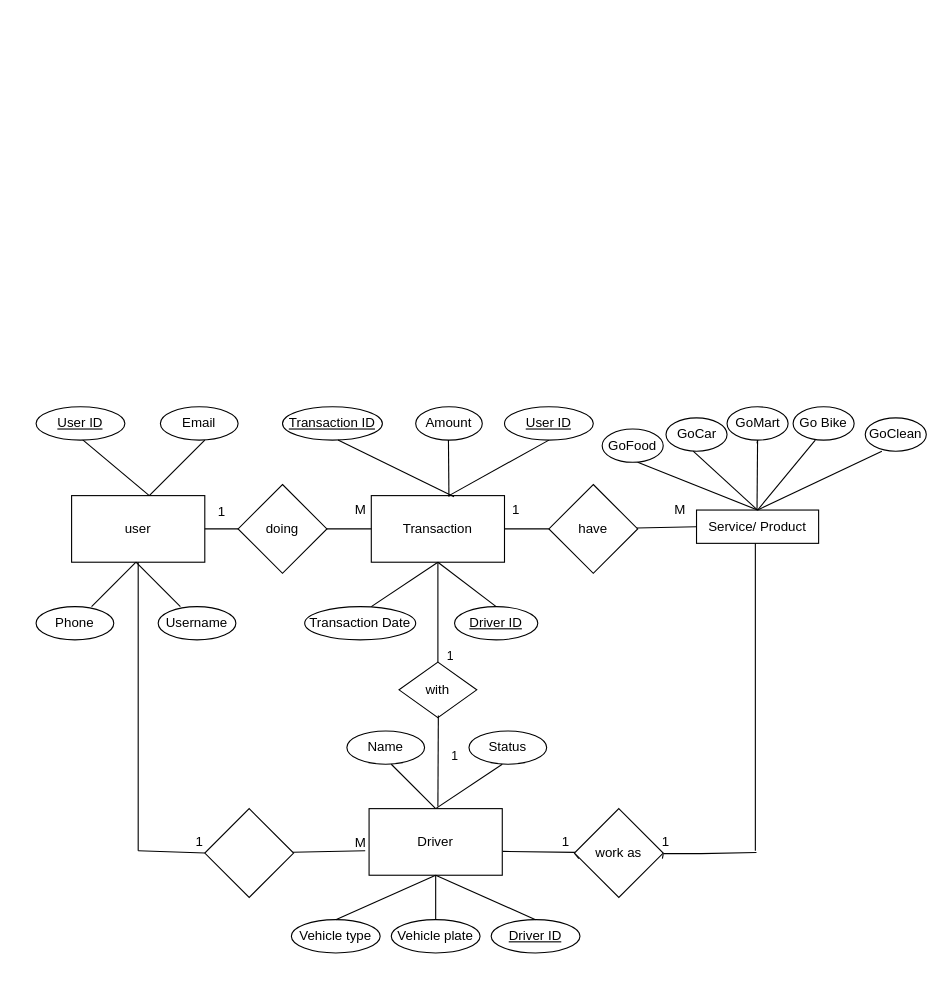
This is Untitled Diagram.drawio from Binaaa04/jobsheet7, a draw.io file, before an edit. Source tidied: cells renumbered, new cells numbered last; positions are measured from the earlier drawing's top-left corner, leaving out a move shared by most shapes. Both pictures are drawn from the tidied source at 111%, with x=0, y=0 at pixel (36, 406).
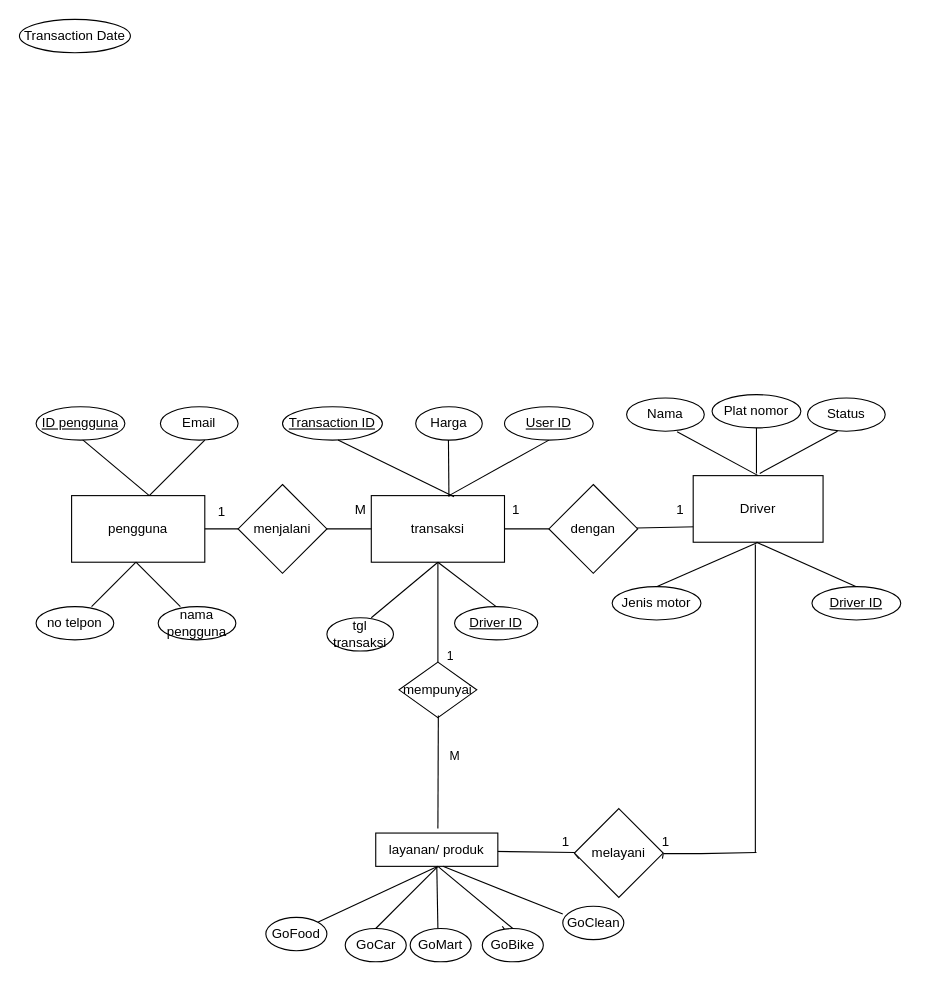
Above is the later version.

Change to the diagram source:
```diff
@@
-    <mxCell id="2" value="Transaction" style="rounded=0;whiteSpace=wrap;html=1;" parent="1" vertex="1">
+    <mxCell id="2" value="transaksi" style="rounded=0;whiteSpace=wrap;html=1;" parent="1" vertex="1">
       <mxGeometry x="302" y="80" width="120" height="60" as="geometry" />
     </mxCell>
-    <mxCell id="3" value="user" style="rounded=0;whiteSpace=wrap;html=1;" parent="1" vertex="1">
+    <mxCell id="3" value="pengguna" style="rounded=0;whiteSpace=wrap;html=1;" parent="1" vertex="1">
       <mxGeometry x="32" y="80" width="120" height="60" as="geometry" />
     </mxCell>
-    <mxCell id="4" value="doing" style="rhombus;whiteSpace=wrap;html=1;" parent="1" vertex="1">
+    <mxCell id="4" value="menjalani" style="rhombus;whiteSpace=wrap;html=1;" parent="1" vertex="1">
       <mxGeometry x="182" y="70" width="80" height="80" as="geometry" />
     </mxCell>
-    <mxCell id="5" value="have" style="rhombus;whiteSpace=wrap;html=1;" parent="1" vertex="1">
+    <mxCell id="5" value="dengan" style="rhombus;whiteSpace=wrap;html=1;" parent="1" vertex="1">
       <mxGeometry x="462" y="70" width="80" height="80" as="geometry" />
     </mxCell>
@@
-    <mxCell id="9" style="endArrow=none;html=1;rounded=0;entryX=0;entryY=0.5;entryDx=0;entryDy=0;" parent="1" edge="1" source="5" target="33">
-      <mxGeometry relative="1" as="geometry" />
+    <mxCell id="9" style="endArrow=none;html=1;rounded=0;entryX=0;entryY=0.5;entryDx=0;entryDy=0;" parent="1" edge="1" source="5">
+      <mxGeometry relative="1" as="geometry">
+        <mxPoint x="595" y="108" as="targetPoint" />
+      </mxGeometry>
     </mxCell>
@@
-    <mxCell id="11" value="Phone" style="ellipse;whiteSpace=wrap;html=1;" parent="1" vertex="1">
+    <mxCell id="11" value="no telpon" style="ellipse;whiteSpace=wrap;html=1;" parent="1" vertex="1">
       <mxGeometry y="180" width="70" height="30" as="geometry" />
     </mxCell>
-    <mxCell id="12" value="Username" style="ellipse;whiteSpace=wrap;html=1;" parent="1" vertex="1">
+    <mxCell id="12" value="nama pengguna" style="ellipse;whiteSpace=wrap;html=1;" parent="1" vertex="1">
       <mxGeometry x="110" y="180" width="70" height="30" as="geometry" />
     </mxCell>
@@
-    <mxCell id="18" value="&lt;u&gt;User ID&lt;/u&gt;" style="ellipse;whiteSpace=wrap;html=1;" parent="1" vertex="1">
+    <mxCell id="18" value="&lt;u&gt;ID pengguna&lt;/u&gt;" style="ellipse;whiteSpace=wrap;html=1;" parent="1" vertex="1">
       <mxGeometry width="80" height="30" as="geometry" />
     </mxCell>
     <mxCell id="19" value="Transaction Date" style="ellipse;whiteSpace=wrap;html=1;" parent="1" vertex="1">
-      <mxGeometry x="242" y="180" width="100" height="30" as="geometry" />
+      <mxGeometry x="-15" y="-349" width="100" height="30" as="geometry" />
     </mxCell>
@@
-    <mxCell id="21" value="Amount" style="ellipse;whiteSpace=wrap;html=1;" parent="1" vertex="1">
+    <mxCell id="21" value="Harga" style="ellipse;whiteSpace=wrap;html=1;" parent="1" vertex="1">
       <mxGeometry x="342" width="60" height="30" as="geometry" />
     </mxCell>
@@
     <mxCell id="24" style="endArrow=none;html=1;rounded=0;entryX=0.5;entryY=1;entryDx=0;entryDy=0;" parent="1" edge="1" target="2">
       <mxGeometry relative="1" as="geometry">
-        <mxPoint x="302" y="180" as="sourcePoint" />
+        <mxPoint x="302" y="190" as="sourcePoint" />
       </mxGeometry>
     </mxCell>
@@
-    <mxCell id="31" value="with" style="rhombus;whiteSpace=wrap;html=1;" parent="1" vertex="1">
+    <mxCell id="31" value="mempunyai" style="rhombus;whiteSpace=wrap;html=1;" parent="1" vertex="1">
       <mxGeometry x="327" y="230" width="70" height="50" as="geometry" />
     </mxCell>
     <mxCell id="32" style="endArrow=none;html=1;rounded=0;" parent="1" edge="1">
       <mxGeometry relative="1" as="geometry">
-        <mxPoint x="362" y="360" as="sourcePoint" />
+        <mxPoint x="362" y="380" as="sourcePoint" />
         <mxPoint x="362.4" y="278" as="targetPoint" />
       </mxGeometry>
     </mxCell>
-    <mxCell id="33" value="Service/ Product" style="rounded=0;whiteSpace=wrap;html=1;" parent="1" vertex="1">
-      <mxGeometry x="595" y="93" width="110" height="30" as="geometry" />
-    </mxCell>
     <mxCell id="34" value="GoFood" style="ellipse;whiteSpace=wrap;html=1;" parent="1" vertex="1">
-      <mxGeometry x="510" y="20" width="55" height="30" as="geometry" />
+      <mxGeometry x="207" y="460" width="55" height="30" as="geometry" />
     </mxCell>
-    <mxCell id="35" value="GoClean" style="ellipse;whiteSpace=wrap;html=1;" parent="1" vertex="1">
-      <mxGeometry x="747" y="10" width="55" height="30" as="geometry" />
-    </mxCell>
-    <mxCell id="36" value="GoCar" style="ellipse;whiteSpace=wrap;html=1;" parent="1" vertex="1">
-      <mxGeometry x="567.5" y="10" width="55" height="30" as="geometry" />
-    </mxCell>
-    <mxCell id="37" value="Go Bike" style="ellipse;whiteSpace=wrap;html=1;" parent="1" vertex="1">
-      <mxGeometry x="682" width="55" height="30" as="geometry" />
-    </mxCell>
-    <mxCell id="38" style="endArrow=none;html=1;rounded=0;exitX=0.5;exitY=0;exitDx=0;exitDy=0;" parent="1" edge="1" source="33">
-      <mxGeometry relative="1" as="geometry">
-        <mxPoint x="542" y="50" as="targetPoint" />
-      </mxGeometry>
-    </mxCell>
-    <mxCell id="39" style="endArrow=none;html=1;rounded=0;exitX=0.5;exitY=0;exitDx=0;exitDy=0;" parent="1" edge="1" source="33">
-      <mxGeometry relative="1" as="geometry">
-        <mxPoint x="592" y="40" as="targetPoint" />
-      </mxGeometry>
-    </mxCell>
-    <mxCell id="40" style="endArrow=none;html=1;rounded=0;" parent="1" edge="1" source="66">
-      <mxGeometry relative="1" as="geometry">
-        <mxPoint x="649.5" y="33" as="targetPoint" />
-      </mxGeometry>
-    </mxCell>
-    <mxCell id="41" style="endArrow=none;html=1;rounded=0;exitX=0.5;exitY=0;exitDx=0;exitDy=0;" parent="1" edge="1" source="33">
-      <mxGeometry relative="1" as="geometry">
-        <mxPoint x="702" y="30" as="targetPoint" />
-      </mxGeometry>
-    </mxCell>
-    <mxCell id="42" style="endArrow=none;html=1;rounded=0;exitX=0.5;exitY=0;exitDx=0;exitDy=0;" parent="1" edge="1" source="33">
-      <mxGeometry relative="1" as="geometry">
-        <mxPoint x="762" y="40" as="targetPoint" />
-      </mxGeometry>
-    </mxCell>
@@
-    <mxCell id="46" value="M" style="text;html=1;align=center;verticalAlign=middle;strokeColor=none;fillColor=none;rotation=0;" parent="1" vertex="1">
+    <mxCell id="46" value="1" style="text;html=1;align=center;verticalAlign=middle;strokeColor=none;fillColor=none;rotation=0;" parent="1" vertex="1">
       <mxGeometry x="565" y="78" width="30" height="30" as="geometry" />
     </mxCell>
-    <mxCell id="47" value="&lt;font style=&quot;font-size: 11px;&quot;&gt;1&lt;/font&gt;" style="text;html=1;align=center;verticalAlign=middle;strokeColor=none;fillColor=none;" parent="1" vertex="1">
+    <mxCell id="47" value="&lt;font style=&quot;font-size: 11px;&quot;&gt;M&lt;/font&gt;" style="text;html=1;align=center;verticalAlign=middle;strokeColor=none;fillColor=none;" parent="1" vertex="1">
       <mxGeometry x="362" y="300" width="30" height="30" as="geometry" />
     </mxCell>
     <mxCell id="48" value="Driver" style="rounded=0;whiteSpace=wrap;html=1;" parent="1" vertex="1">
-      <mxGeometry x="300" y="362" width="120" height="60" as="geometry" />
+      <mxGeometry x="592" y="62" width="117" height="60" as="geometry" />
     </mxCell>
     <mxCell id="49" value="Status" style="ellipse;whiteSpace=wrap;html=1;" parent="1" vertex="1">
-      <mxGeometry x="390" y="292" width="70" height="30" as="geometry" />
+      <mxGeometry x="695" y="-8" width="70" height="30" as="geometry" />
     </mxCell>
-    <mxCell id="50" value="Name" style="ellipse;whiteSpace=wrap;html=1;" parent="1" vertex="1">
-      <mxGeometry x="280" y="292" width="70" height="30" as="geometry" />
+    <mxCell id="50" value="Nama" style="ellipse;whiteSpace=wrap;html=1;" parent="1" vertex="1">
+      <mxGeometry x="532" y="-8" width="70" height="30" as="geometry" />
     </mxCell>
-    <mxCell id="51" value="Vehicle type" style="ellipse;whiteSpace=wrap;html=1;" parent="1" vertex="1">
-      <mxGeometry x="230" y="462" width="80" height="30" as="geometry" />
+    <mxCell id="51" value="Jenis motor" style="ellipse;whiteSpace=wrap;html=1;" parent="1" vertex="1">
+      <mxGeometry x="519" y="162" width="80" height="30" as="geometry" />
     </mxCell>
-    <mxCell id="52" value="Vehicle plate" style="ellipse;whiteSpace=wrap;html=1;" parent="1" vertex="1">
-      <mxGeometry x="320" y="462" width="80" height="30" as="geometry" />
+    <mxCell id="52" value="Plat nomor" style="ellipse;whiteSpace=wrap;html=1;" parent="1" vertex="1">
+      <mxGeometry x="609" y="-11" width="80" height="30" as="geometry" />
     </mxCell>
     <mxCell id="53" value="&lt;u&gt;Driver ID&lt;/u&gt;" style="ellipse;whiteSpace=wrap;html=1;" parent="1" vertex="1">
-      <mxGeometry x="410" y="462" width="80" height="30" as="geometry" />
+      <mxGeometry x="699" y="162" width="80" height="30" as="geometry" />
     </mxCell>
@@
     <mxCell id="55" style="endArrow=none;html=1;rounded=0;exitX=0.5;exitY=0;exitDx=0;exitDy=0;" parent="1" edge="1" source="53">
       <mxGeometry relative="1" as="geometry">
-        <mxPoint x="360" y="422" as="targetPoint" />
+        <mxPoint x="649" y="122" as="targetPoint" />
       </mxGeometry>
     </mxCell>
-    <mxCell id="56" style="endArrow=none;html=1;rounded=0;exitX=0.5;exitY=0;exitDx=0;exitDy=0;" parent="1" edge="1" source="52">
+    <mxCell id="56" style="endArrow=none;html=1;rounded=0;exitX=0.5;exitY=1;exitDx=0;exitDy=0;" parent="1" edge="1" source="52">
       <mxGeometry relative="1" as="geometry">
-        <mxPoint x="360" y="422" as="targetPoint" />
+        <mxPoint x="649" y="60" as="targetPoint" />
       </mxGeometry>
     </mxCell>
     <mxCell id="57" style="endArrow=none;html=1;rounded=0;" parent="1" edge="1">
       <mxGeometry relative="1" as="geometry">
-        <mxPoint x="360" y="362" as="sourcePoint" />
-        <mxPoint x="420" y="322" as="targetPoint" />
+        <mxPoint x="652" y="60" as="sourcePoint" />
+        <mxPoint x="722" y="22" as="targetPoint" />
       </mxGeometry>
     </mxCell>
-    <mxCell id="58" style="endArrow=none;html=1;rounded=0;exitX=0.5;exitY=0;exitDx=0;exitDy=0;" parent="1" edge="1" source="48">
-      <mxGeometry relative="1" as="geometry">
-        <mxPoint x="320" y="322" as="targetPoint" />
-      </mxGeometry>
+    <mxCell id="58" style="endArrow=none;html=1;rounded=0;exitX=0.5;exitY=0;exitDx=0;exitDy=0;entryX=0.65;entryY=1.017;entryDx=0;entryDy=0;entryPerimeter=0;" parent="1" edge="1" source="48" target="50">
+      <mxGeometry relative="1" as="geometry" />
     </mxCell>
-    <mxCell id="59" style="endArrow=none;html=1;rounded=0;" parent="1" edge="1">
-      <mxGeometry relative="1" as="geometry">
-        <mxPoint x="92" y="400" as="sourcePoint" />
-        <mxPoint x="92" y="140" as="targetPoint" />
-      </mxGeometry>
-    </mxCell>
-    <mxCell id="60" style="endArrow=none;html=1;rounded=0;entryX=-0.029;entryY=0.633;entryDx=0;entryDy=0;entryPerimeter=0;" parent="1" edge="1" source="62" target="48">
-      <mxGeometry relative="1" as="geometry" />
-    </mxCell>
-    <mxCell id="61" style="endArrow=none;html=1;rounded=0;entryX=0;entryY=0.5;entryDx=0;entryDy=0;" parent="1" edge="1" target="62">
-      <mxGeometry relative="1" as="geometry">
-        <mxPoint x="92" y="400" as="sourcePoint" />
-      </mxGeometry>
-    </mxCell>
-    <mxCell id="62" style="rhombus;whiteSpace=wrap;html=1;" parent="1" vertex="1">
-      <mxGeometry x="152" y="362" width="80" height="80" as="geometry" />
-    </mxCell>
-    <mxCell id="63" value="1" style="text;html=1;align=center;verticalAlign=middle;strokeColor=none;fillColor=none;" parent="1" vertex="1">
-      <mxGeometry x="132" y="377" width="30" height="30" as="geometry" />
-    </mxCell>
-    <mxCell id="64" value="M" style="text;html=1;align=center;verticalAlign=middle;strokeColor=none;fillColor=none;" parent="1" vertex="1">
-      <mxGeometry x="277" y="378" width="30" height="30" as="geometry" />
-    </mxCell>
-    <mxCell id="65" style="endArrow=none;html=1;rounded=0;" parent="1" edge="1" target="66">
-      <mxGeometry relative="1" as="geometry">
-        <mxPoint x="649.5" y="93" as="sourcePoint" />
-      </mxGeometry>
-    </mxCell>
-    <mxCell id="66" value="GoMart" style="ellipse;whiteSpace=wrap;html=1;" parent="1" vertex="1">
-      <mxGeometry x="622.5" width="55" height="30" as="geometry" />
-    </mxCell>
     <mxCell id="67" style="endArrow=none;html=1;rounded=0;" parent="1" edge="1">
       <mxGeometry relative="1" as="geometry">
-        <mxPoint x="648" y="400" as="sourcePoint" />
-        <mxPoint x="648" y="123" as="targetPoint" />
+        <mxPoint x="648" y="401" as="sourcePoint" />
+        <mxPoint x="648" y="124" as="targetPoint" />
       </mxGeometry>
     </mxCell>
-    <mxCell id="68" style="endArrow=none;html=1;rounded=0;entryX=1.004;entryY=0.642;entryDx=0;entryDy=0;entryPerimeter=0;" parent="1" edge="1" source="70" target="48">
-      <mxGeometry relative="1" as="geometry" />
+    <mxCell id="68" style="endArrow=none;html=1;rounded=0;" parent="1" edge="1" source="70">
+      <mxGeometry relative="1" as="geometry">
+        <mxPoint x="372" y="400" as="targetPoint" />
+      </mxGeometry>
     </mxCell>
@@
-    <mxCell id="70" value="work as" style="rhombus;whiteSpace=wrap;html=1;" parent="1" vertex="1">
+    <mxCell id="70" value="melayani" style="rhombus;whiteSpace=wrap;html=1;" parent="1" vertex="1">
       <mxGeometry x="485" y="362" width="80" height="80" as="geometry" />
     </mxCell>
@@
+    <mxCell id="75" value="layanan/ produk" style="rounded=0;whiteSpace=wrap;html=1;" parent="1" vertex="1">
+      <mxGeometry x="306" y="384" width="110" height="30" as="geometry" />
+    </mxCell>
+    <mxCell id="35" value="GoClean" style="ellipse;whiteSpace=wrap;html=1;" parent="1" vertex="1">
+      <mxGeometry x="474.5" y="450" width="55" height="30" as="geometry" />
+    </mxCell>
+    <mxCell id="76" style="endArrow=none;html=1;rounded=0;exitX=0.5;exitY=0;exitDx=0;exitDy=0;" parent="1" edge="1">
+      <mxGeometry relative="1" as="geometry">
+        <mxPoint x="474.5" y="457" as="sourcePoint" />
+        <mxPoint x="366.5" y="414" as="targetPoint" />
+      </mxGeometry>
+    </mxCell>
+    <mxCell id="77" style="endArrow=none;html=1;rounded=0;exitX=0.5;exitY=0;exitDx=0;exitDy=0;" parent="1" edge="1" source="83">
+      <mxGeometry relative="1" as="geometry">
+        <mxPoint x="362" y="414" as="targetPoint" />
+      </mxGeometry>
+    </mxCell>
+    <mxCell id="78" style="endArrow=none;html=1;rounded=0;exitX=0.5;exitY=0;exitDx=0;exitDy=0;" parent="1" edge="1" source="36">
+      <mxGeometry relative="1" as="geometry">
+        <mxPoint x="362" y="414" as="targetPoint" />
+      </mxGeometry>
+    </mxCell>
+    <mxCell id="79" style="endArrow=none;html=1;rounded=0;exitX=1;exitY=0;exitDx=0;exitDy=0;" parent="1" edge="1" source="34">
+      <mxGeometry relative="1" as="geometry">
+        <mxPoint x="362" y="414" as="targetPoint" />
+      </mxGeometry>
+    </mxCell>
+    <mxCell id="80" style="endArrow=none;html=1;rounded=0;" parent="1" edge="1">
+      <mxGeometry relative="1" as="geometry">
+        <mxPoint x="361" y="414" as="sourcePoint" />
+        <mxPoint x="362" y="470" as="targetPoint" />
+      </mxGeometry>
+    </mxCell>
+    <mxCell id="66" value="GoMart" style="ellipse;whiteSpace=wrap;html=1;" parent="1" vertex="1">
+      <mxGeometry x="337" y="470" width="55" height="30" as="geometry" />
+    </mxCell>
+    <mxCell id="81" style="endArrow=none;html=1;rounded=0;exitX=0.5;exitY=0;exitDx=0;exitDy=0;" parent="1" edge="1" target="36">
+      <mxGeometry relative="1" as="geometry">
+        <mxPoint x="310" y="477" as="sourcePoint" />
+      </mxGeometry>
+    </mxCell>
+    <mxCell id="36" value="GoCar" style="ellipse;whiteSpace=wrap;html=1;" parent="1" vertex="1">
+      <mxGeometry x="278.5" y="470" width="55" height="30" as="geometry" />
+    </mxCell>
+    <mxCell id="82" style="endArrow=none;html=1;rounded=0;exitX=0.5;exitY=0;exitDx=0;exitDy=0;" parent="1" edge="1" target="83">
+      <mxGeometry relative="1" as="geometry">
+        <mxPoint x="420" y="468" as="sourcePoint" />
+      </mxGeometry>
+    </mxCell>
+    <mxCell id="83" value="GoBike" style="ellipse;whiteSpace=wrap;html=1;" parent="1" vertex="1">
+      <mxGeometry x="402" y="470" width="55" height="30" as="geometry" />
+    </mxCell>
+    <mxCell id="84" value="tgl transaksi" style="ellipse;whiteSpace=wrap;html=1;" parent="1" vertex="1">
+      <mxGeometry x="262" y="190" width="60" height="30" as="geometry" />
+    </mxCell>
```
